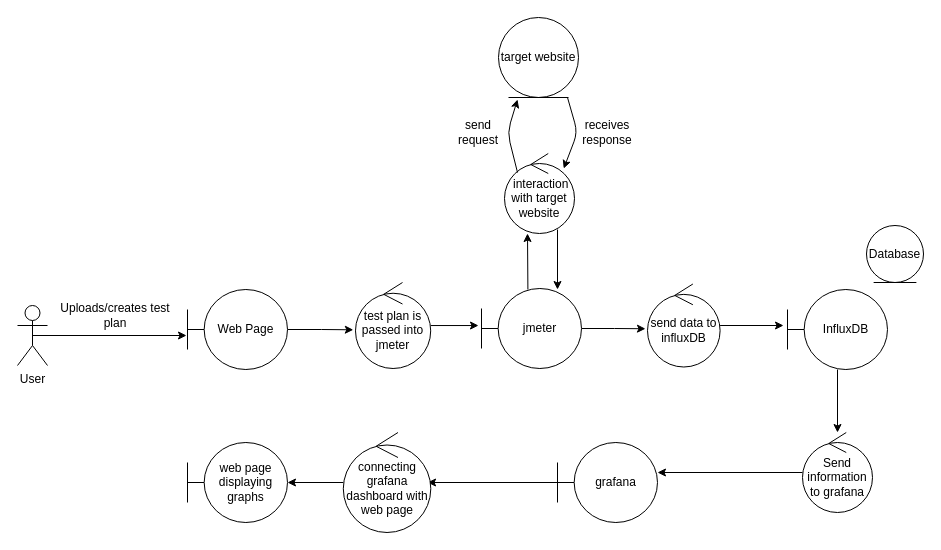
Earlier version of the draw.io diagram Documentation/Diagram/robustness_diagrams/robustnessDiagramV1.drawio (ruipinto17/IndustrialConsultingProject-COM617). Source tidied: cells renumbered, new cells numbered last; positions are measured from the earlier drawing's top-left corner, leaving out a move shared by most shapes. Both pictures are drawn from the tidied source at 100%, with x=0, y=0 at pixel (17, 17).
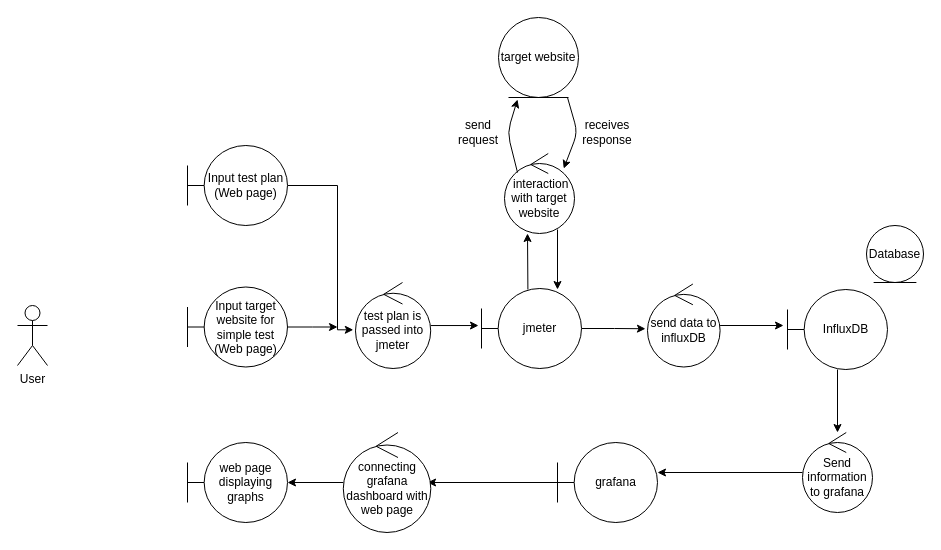
The same diagram, later.

The change refers to these unchanged cells:
```xml
<mxCell id="3" value="User&lt;br&gt;" style="shape=umlActor;verticalLabelPosition=bottom;verticalAlign=top;html=1;outlineConnect=0;" parent="1" vertex="1">
  <mxGeometry y="288" width="30" height="60" as="geometry" />
</mxCell>
<mxCell id="8" value="test plan is passed into jmeter" style="ellipse;shape=umlControl;whiteSpace=wrap;html=1;" parent="1" vertex="1">
  <mxGeometry x="338" y="265" width="75.2" height="86" as="geometry" />
</mxCell>
```

The edit, as a diff of the source:
```diff
@@
-    <mxCell id="2" style="edgeStyle=orthogonalEdgeStyle;rounded=0;jettySize=auto;html=1;exitX=0.5;exitY=0.5;exitDx=0;exitDy=0;exitPerimeter=0;entryX=-0.01;entryY=0.575;entryDx=0;entryDy=0;entryPerimeter=0;" parent="1" edge="1" source="3" target="5">
-      <mxGeometry relative="1" as="geometry" />
-    </mxCell>
@@
     <mxCell id="4" style="edgeStyle=orthogonalEdgeStyle;rounded=0;jettySize=auto;html=1;entryX=-0.029;entryY=0.55;entryDx=0;entryDy=0;entryPerimeter=0;" parent="1" edge="1" source="5" target="8">
-      <mxGeometry relative="1" as="geometry" />
+      <mxGeometry relative="1" as="geometry">
+        <Array as="points">
+          <mxPoint x="320" y="168" />
+          <mxPoint x="320" y="312" />
+        </Array>
+      </mxGeometry>
     </mxCell>
-    <mxCell id="5" value="Web Page" style="shape=umlBoundary;whiteSpace=wrap;html=1;" parent="1" vertex="1">
-      <mxGeometry x="170" y="272" width="100" height="80" as="geometry" />
+    <mxCell id="5" value="Input test plan&lt;br&gt;(Web page)" style="shape=umlBoundary;whiteSpace=wrap;html=1;" parent="1" vertex="1">
+      <mxGeometry x="170" y="128" width="100" height="80" as="geometry" />
     </mxCell>
-    <mxCell id="6" value="Uploads/creates test plan" style="text;html=1;strokeColor=none;fillColor=none;align=center;verticalAlign=middle;whiteSpace=wrap;rounded=0;" parent="1" vertex="1">
-      <mxGeometry x="38" y="288" width="120" height="20" as="geometry" />
-    </mxCell>
@@
+    <mxCell id="31" style="edgeStyle=orthogonalEdgeStyle;rounded=0;jettySize=auto;html=1;" parent="1" edge="1" source="32">
+      <mxGeometry relative="1" as="geometry">
+        <mxPoint x="320" y="309.5" as="targetPoint" />
+      </mxGeometry>
+    </mxCell>
+    <mxCell id="32" value="Input target website for simple test&lt;br&gt;(Web page)" style="shape=umlBoundary;whiteSpace=wrap;html=1;" parent="1" vertex="1">
+      <mxGeometry x="170" y="269.5" width="100" height="80" as="geometry" />
+    </mxCell>
```
